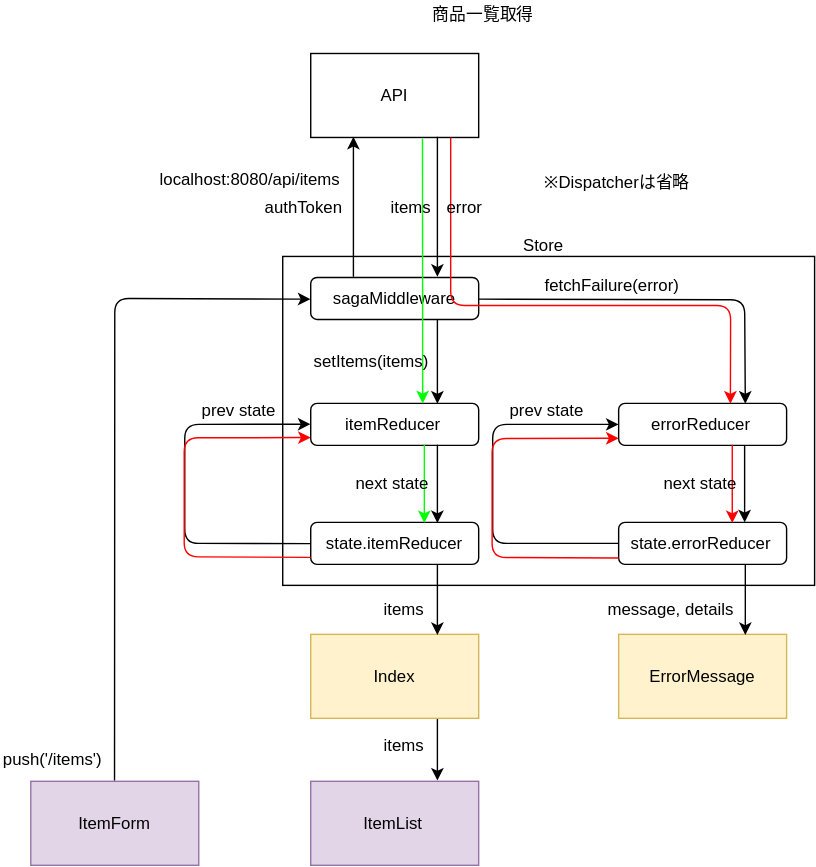
This is diagram/dataFlow/index.svg from emgniddikur/react-app, a draw.io export, as it was before one commit. Source tidied: cells renumbered, new cells last; positions are measured from the earlier drawing's top-left corner, leaving out a move shared by most shapes.
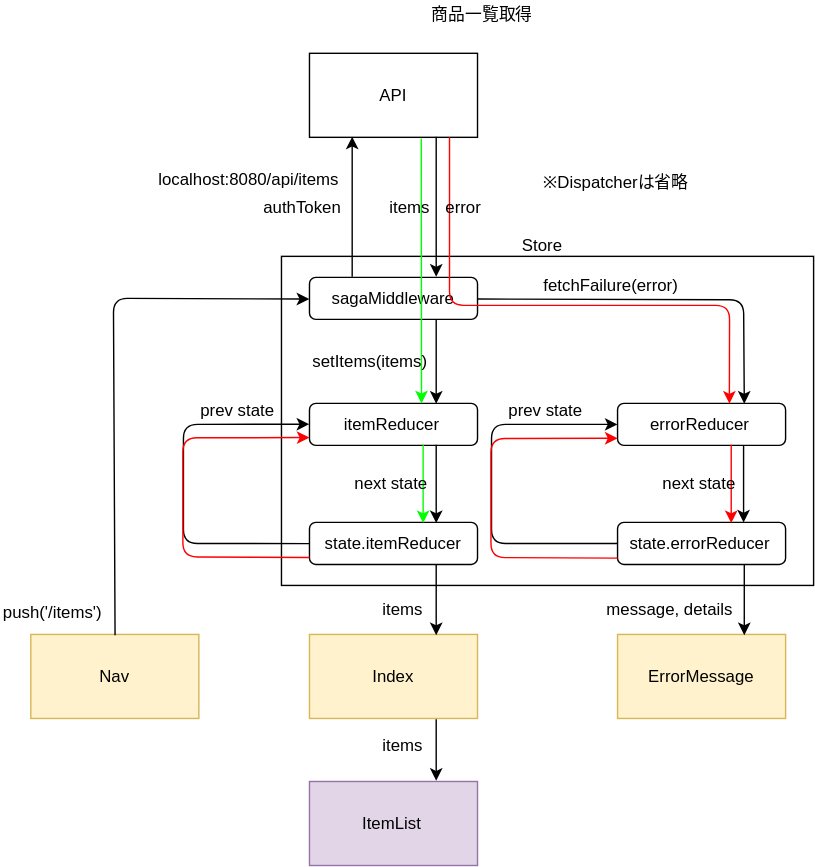
After the change.

Diff of the diagram source:
```diff
@@ -89,8 +89,8 @@
     <mxCell id="23" value="ItemList" style="rounded=0;whiteSpace=wrap;html=1;fillColor=#e1d5e7;strokeColor=#9673a6;" parent="1" vertex="1">
       <mxGeometry x="221.5" y="557.5" width="120" height="60" as="geometry" />
     </mxCell>
-    <mxCell id="24" value="ItemForm" style="rounded=0;whiteSpace=wrap;html=1;fillColor=#e1d5e7;strokeColor=#9673a6;" parent="1" vertex="1">
-      <mxGeometry x="21.5" y="557.5" width="120" height="60" as="geometry" />
+    <mxCell id="24" value="Nav" style="rounded=0;whiteSpace=wrap;html=1;fillColor=#fff2cc;strokeColor=#d6b656;" parent="1" vertex="1">
+      <mxGeometry x="22.5" y="452.5" width="120" height="60" as="geometry" />
     </mxCell>
     <mxCell id="25" value="ErrorMessage" style="rounded=0;whiteSpace=wrap;html=1;fillColor=#fff2cc;strokeColor=#d6b656;" parent="1" vertex="1">
       <mxGeometry x="441.5" y="452.5" width="120" height="60" as="geometry" />
@@ -121,7 +121,7 @@
       </mxGeometry>
     </mxCell>
     <mxCell id="33" value="push('/items')" style="text;html=1;align=left;verticalAlign=top;spacingTop=-4;" parent="1" vertex="1">
-      <mxGeometry y="531.5" width="90" height="20" as="geometry" />
+      <mxGeometry x="1" y="426.5" width="90" height="20" as="geometry" />
     </mxCell>
     <mxCell id="34" style="endArrow=classic;html=1;strokeColor=#FF0000;entryX=0.667;entryY=0.013;entryDx=0;entryDy=0;entryPerimeter=0;" parent="1" edge="1" target="11">
       <mxGeometry relative="1" as="geometry">
```
